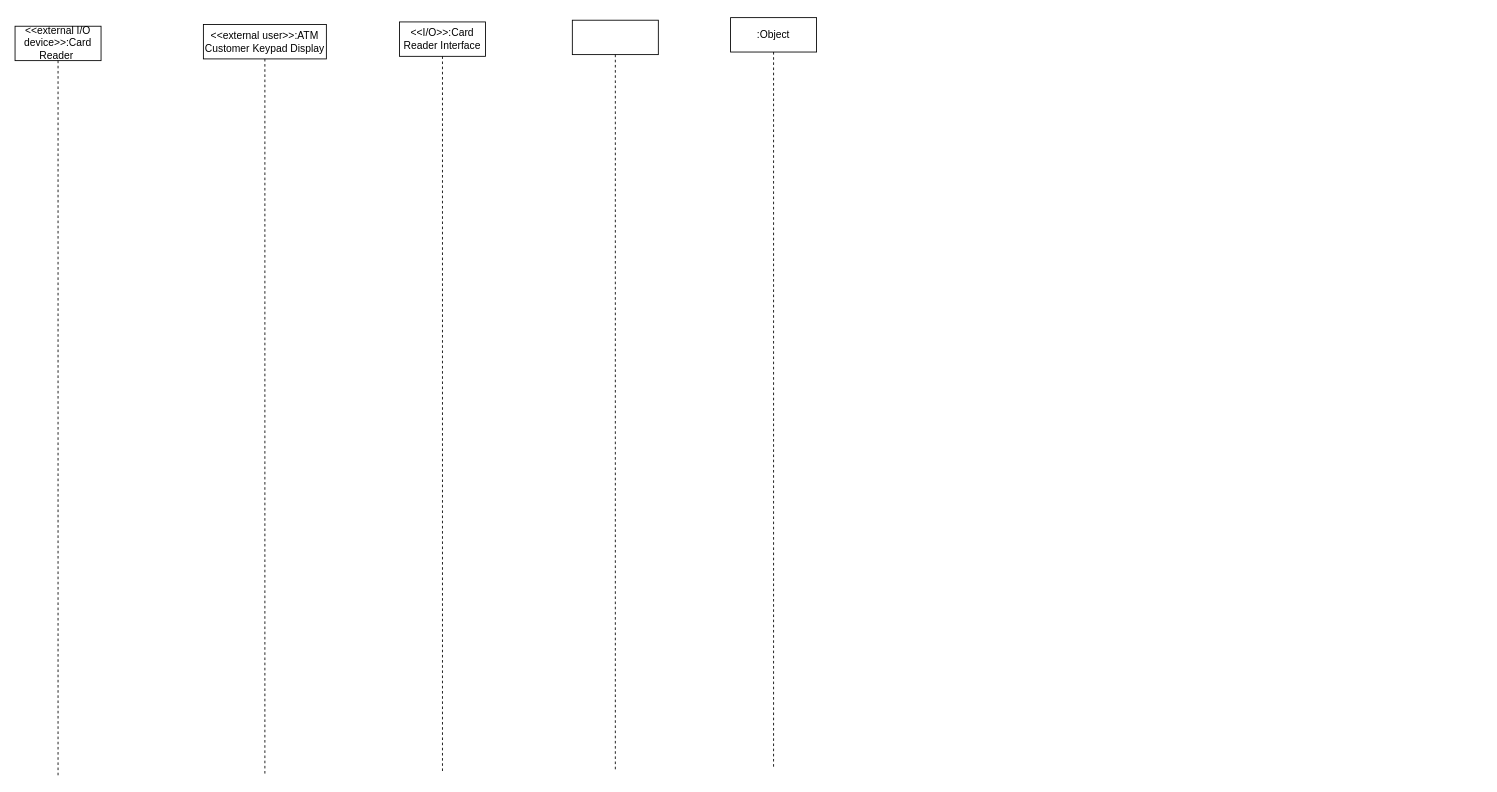
Before: 吴宏伟-顺序图.drawio in Forrest-Tao/draw.io, a draw.io diagram. Source tidied: cells renumbered, new cells numbered last; positions are measured from the earlier drawing's top-left corner, leaving out a move shared by most shapes. Both pictures are drawn from the tidied source at 86%, with x=0, y=0 at pixel (15, 17).
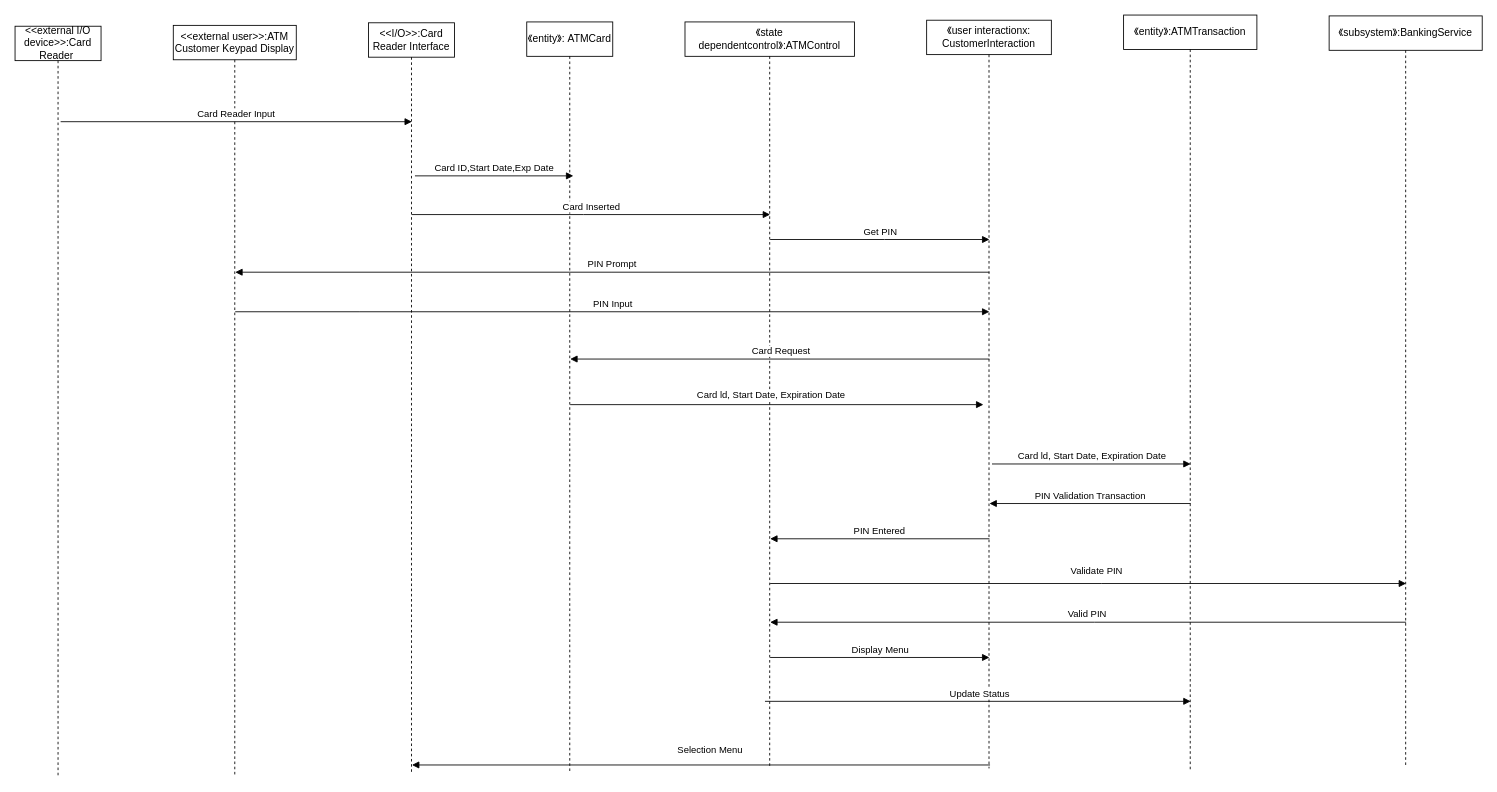
Above is the later version.

Commit message:
更新吴宏伟-顺序图.drawio

The edit, as a diff of the source:
```diff
@@
-    <mxCell id="2" value="&amp;lt;&amp;lt;external user&amp;gt;&amp;gt;:ATM Customer Keypad Display" style="shape=umlLifeline;perimeter=lifelinePerimeter;whiteSpace=wrap;html=1;outlineConnect=0;portConstraint=eastwest;newEdgeStyle={&quot;curved&quot;:0,&quot;rounded&quot;:0};flipH=0;flipV=0;" parent="1" vertex="1">
-      <mxGeometry x="219" y="8" width="143" height="872" as="geometry" />
+    <mxCell id="2" value="&amp;lt;&amp;lt;external user&amp;gt;&amp;gt;:ATM Customer Keypad Display" style="shape=umlLifeline;perimeter=lifelinePerimeter;whiteSpace=wrap;html=1;outlineConnect=0;portConstraint=eastwest;newEdgeStyle={&quot;curved&quot;:0,&quot;rounded&quot;:0};flipH=1;flipV=0;" parent="1" vertex="1">
+      <mxGeometry x="184" y="9" width="143" height="872" as="geometry" />
     </mxCell>
-    <mxCell id="3" value="&amp;lt;&amp;lt;external I/O device&amp;gt;&amp;gt;:Card Reader&amp;nbsp;" style="shape=umlLifeline;perimeter=lifelinePerimeter;whiteSpace=wrap;html=1;newEdgeStyle={&quot;curved&quot;:0,&quot;rounded&quot;:0};flipH=0;flipV=0;" parent="1" vertex="1">
+    <mxCell id="3" value="&amp;lt;&amp;lt;external I/O device&amp;gt;&amp;gt;:Card Reader&amp;nbsp;" style="shape=umlLifeline;perimeter=lifelinePerimeter;whiteSpace=wrap;html=1;newEdgeStyle={&quot;curved&quot;:0,&quot;rounded&quot;:0};flipH=1;flipV=0;" parent="1" vertex="1">
       <mxGeometry y="10" width="100" height="873" as="geometry" />
     </mxCell>
-    <mxCell id="4" value=":Object" style="shape=umlLifeline;perimeter=lifelinePerimeter;whiteSpace=wrap;html=1;outlineConnect=0;portConstraint=eastwest;newEdgeStyle={&quot;curved&quot;:0,&quot;rounded&quot;:0};flipH=0;flipV=0;" parent="1" vertex="1">
-      <mxGeometry x="832" width="100" height="873" as="geometry" />
+    <mxCell id="4" value="《state dependentcontrol》:ATMControl" style="shape=umlLifeline;perimeter=lifelinePerimeter;whiteSpace=wrap;html=1;outlineConnect=0;portConstraint=eastwest;newEdgeStyle={&quot;curved&quot;:0,&quot;rounded&quot;:0};flipH=1;flipV=0;" parent="1" vertex="1">
+      <mxGeometry x="779" y="5" width="197" height="868" as="geometry" />
     </mxCell>
-    <mxCell id="5" value="&amp;lt;&amp;lt;I/O&amp;gt;&amp;gt;:Card Reader Interface" style="shape=umlLifeline;perimeter=lifelinePerimeter;whiteSpace=wrap;html=1;outlineConnect=0;portConstraint=eastwest;newEdgeStyle={&quot;curved&quot;:0,&quot;rounded&quot;:0};flipH=0;flipV=0;" parent="1" vertex="1">
-      <mxGeometry x="447" y="5" width="100" height="873" as="geometry" />
+    <mxCell id="5" value="&amp;lt;&amp;lt;I/O&amp;gt;&amp;gt;:Card Reader Interface" style="shape=umlLifeline;perimeter=lifelinePerimeter;whiteSpace=wrap;html=1;outlineConnect=0;portConstraint=eastwest;newEdgeStyle={&quot;curved&quot;:0,&quot;rounded&quot;:0};flipH=1;flipV=0;" parent="1" vertex="1">
+      <mxGeometry x="411" y="6" width="100" height="873" as="geometry" />
     </mxCell>
-    <mxCell id="6" style="shape=umlLifeline;perimeter=lifelinePerimeter;whiteSpace=wrap;html=1;outlineConnect=0;portConstraint=eastwest;newEdgeStyle={&quot;curved&quot;:0,&quot;rounded&quot;:0};flipH=0;flipV=0;" parent="1" vertex="1">
-      <mxGeometry x="648" y="3" width="100" height="873" as="geometry" />
+    <mxCell id="6" value="《entity》: ATMCard" style="shape=umlLifeline;perimeter=lifelinePerimeter;whiteSpace=wrap;html=1;outlineConnect=0;portConstraint=eastwest;newEdgeStyle={&quot;curved&quot;:0,&quot;rounded&quot;:0};flipH=1;flipV=0;" parent="1" vertex="1">
+      <mxGeometry x="595" y="5" width="100" height="873" as="geometry" />
     </mxCell>
+    <mxCell id="7" value="《user interactionx: CustomerInteraction" style="shape=umlLifeline;perimeter=lifelinePerimeter;whiteSpace=wrap;html=1;outlineConnect=0;portConstraint=eastwest;newEdgeStyle={&quot;curved&quot;:0,&quot;rounded&quot;:0};flipH=1;flipV=0;" parent="1" vertex="1">
+      <mxGeometry x="1060" y="3" width="145" height="870" as="geometry" />
+    </mxCell>
+    <mxCell id="8" value="《subsystem》:BankingService" style="shape=umlLifeline;perimeter=lifelinePerimeter;whiteSpace=wrap;html=1;outlineConnect=0;portConstraint=eastwest;newEdgeStyle={&quot;curved&quot;:0,&quot;rounded&quot;:0};flipH=1;flipV=0;" parent="1" vertex="1">
+      <mxGeometry x="1528" y="-2" width="178" height="872" as="geometry" />
+    </mxCell>
+    <mxCell id="9" value="《entity》:ATMTransaction" style="shape=umlLifeline;perimeter=lifelinePerimeter;whiteSpace=wrap;html=1;outlineConnect=0;portConstraint=eastwest;newEdgeStyle={&quot;curved&quot;:0,&quot;rounded&quot;:0};flipH=1;flipV=0;" parent="1" vertex="1">
+      <mxGeometry x="1289" y="-3" width="155" height="877" as="geometry" />
+    </mxCell>
+    <mxCell id="10" value="Card Reader Input" style="html=1;verticalAlign=bottom;endArrow=block;curved=0;rounded=0;" parent="1" edge="1" target="5">
+      <mxGeometry relative="1" as="geometry">
+        <mxPoint x="53" y="121" as="sourcePoint" />
+      </mxGeometry>
+    </mxCell>
+    <mxCell id="11" value="Card ID,Start Date,Exp Date" style="html=1;verticalAlign=bottom;endArrow=block;curved=0;rounded=0;" parent="1" edge="1">
+      <mxGeometry relative="1" as="geometry">
+        <mxPoint x="465" y="184" as="sourcePoint" />
+        <mxPoint x="649.2" y="184" as="targetPoint" />
+      </mxGeometry>
+    </mxCell>
+    <mxCell id="12" value="Card Inserted" style="html=1;verticalAlign=bottom;endArrow=block;curved=0;rounded=0;" parent="1" edge="1" source="5" target="4">
+      <mxGeometry relative="1" as="geometry">
+        <Array as="points">
+          <mxPoint x="661" y="229" />
+        </Array>
+      </mxGeometry>
+    </mxCell>
+    <mxCell id="13" value="Get PIN" style="html=1;verticalAlign=bottom;endArrow=block;curved=0;rounded=0;" parent="1" edge="1" source="4" target="7">
+      <mxGeometry relative="1" as="geometry">
+        <Array as="points">
+          <mxPoint x="1011" y="258" />
+        </Array>
+      </mxGeometry>
+    </mxCell>
+    <mxCell id="14" value="PIN Prompt" style="html=1;verticalAlign=bottom;endArrow=block;curved=0;rounded=0;" parent="1" edge="1" source="7" target="2">
+      <mxGeometry relative="1" as="geometry">
+        <Array as="points">
+          <mxPoint x="693" y="296" />
+        </Array>
+      </mxGeometry>
+    </mxCell>
+    <mxCell id="15" value="PIN Input" style="html=1;verticalAlign=bottom;endArrow=block;curved=0;rounded=0;" parent="1" edge="1" source="2" target="7">
+      <mxGeometry relative="1" as="geometry">
+        <Array as="points">
+          <mxPoint x="401" y="342" />
+        </Array>
+      </mxGeometry>
+    </mxCell>
+    <mxCell id="16" value="&amp;nbsp;Card Request" style="html=1;verticalAlign=bottom;endArrow=block;curved=0;rounded=0;" parent="1" edge="1" source="7" target="6">
+      <mxGeometry relative="1" as="geometry">
+        <Array as="points">
+          <mxPoint x="901" y="397" />
+        </Array>
+      </mxGeometry>
+    </mxCell>
+    <mxCell id="17" value="Card ld, Start Date, Expiration Date" style="html=1;verticalAlign=bottom;endArrow=block;curved=0;rounded=0;" parent="1" edge="1" source="6">
+      <mxGeometry x="-0.03" y="2" relative="1" as="geometry">
+        <mxPoint x="1126" y="450" as="targetPoint" />
+      </mxGeometry>
+    </mxCell>
+    <mxCell id="18" value="Card ld, Start Date, Expiration Date" style="html=1;verticalAlign=bottom;endArrow=block;curved=0;rounded=0;" parent="1" edge="1" target="9">
+      <mxGeometry relative="1" as="geometry">
+        <mxPoint x="1136" y="519" as="sourcePoint" />
+      </mxGeometry>
+    </mxCell>
+    <mxCell id="19" value="PIN Validation Transaction" style="html=1;verticalAlign=bottom;endArrow=block;curved=0;rounded=0;" parent="1" edge="1" source="9" target="7">
+      <mxGeometry relative="1" as="geometry">
+        <Array as="points">
+          <mxPoint x="1229" y="565" />
+        </Array>
+      </mxGeometry>
+    </mxCell>
+    <mxCell id="20" value="&amp;nbsp;PIN Entered&amp;nbsp;" style="html=1;verticalAlign=bottom;endArrow=block;curved=0;rounded=0;" parent="1" edge="1" source="7" target="4">
+      <mxGeometry relative="1" as="geometry">
+        <Array as="points">
+          <mxPoint x="1000" y="606" />
+        </Array>
+      </mxGeometry>
+    </mxCell>
+    <mxCell id="21" value="Validate PIN&amp;nbsp;" style="html=1;verticalAlign=bottom;endArrow=block;curved=0;rounded=0;" parent="1" edge="1" source="4" target="8">
+      <mxGeometry x="0.03" y="5" relative="1" as="geometry">
+        <Array as="points">
+          <mxPoint x="1263" y="658" />
+        </Array>
+      </mxGeometry>
+    </mxCell>
+    <mxCell id="22" value="Valid PIN&amp;nbsp;" style="html=1;verticalAlign=bottom;endArrow=block;curved=0;rounded=0;" parent="1" edge="1" source="8" target="4">
+      <mxGeometry relative="1" as="geometry">
+        <Array as="points">
+          <mxPoint x="1255" y="703" />
+        </Array>
+      </mxGeometry>
+    </mxCell>
+    <mxCell id="23" value="Display Menu" style="html=1;verticalAlign=bottom;endArrow=block;curved=0;rounded=0;" parent="1" edge="1" source="4" target="7">
+      <mxGeometry relative="1" as="geometry">
+        <Array as="points">
+          <mxPoint x="1006" y="744" />
+        </Array>
+      </mxGeometry>
+    </mxCell>
+    <mxCell id="24" value="&amp;nbsp;Update Status" style="html=1;verticalAlign=bottom;endArrow=block;curved=0;rounded=0;" parent="1" edge="1" target="9">
+      <mxGeometry relative="1" as="geometry">
+        <mxPoint x="872" y="795" as="sourcePoint" />
+      </mxGeometry>
+    </mxCell>
+    <mxCell id="25" value="Selection Menu" style="html=1;verticalAlign=bottom;endArrow=block;curved=0;rounded=0;" parent="1" edge="1">
+      <mxGeometry x="-0.03" y="-9" relative="1" as="geometry">
+        <mxPoint x="1133.7" y="869" as="sourcePoint" />
+        <mxPoint x="461.5" y="869" as="targetPoint" />
+      </mxGeometry>
+    </mxCell>
```
